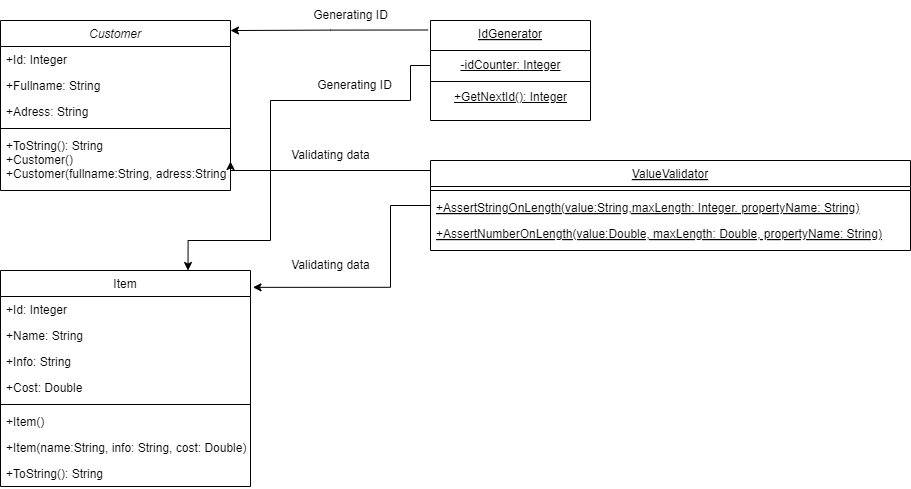
NorvegianForestCat/Programming keeps this draw.io diagram as doc/ObjectOrientedPractics/Diagrams/Practics1.png. Above is the earlier version. Source tidied: cells renumbered, new cells last; positions are measured from the earlier drawing's top-left corner, leaving out a move shared by most shapes.
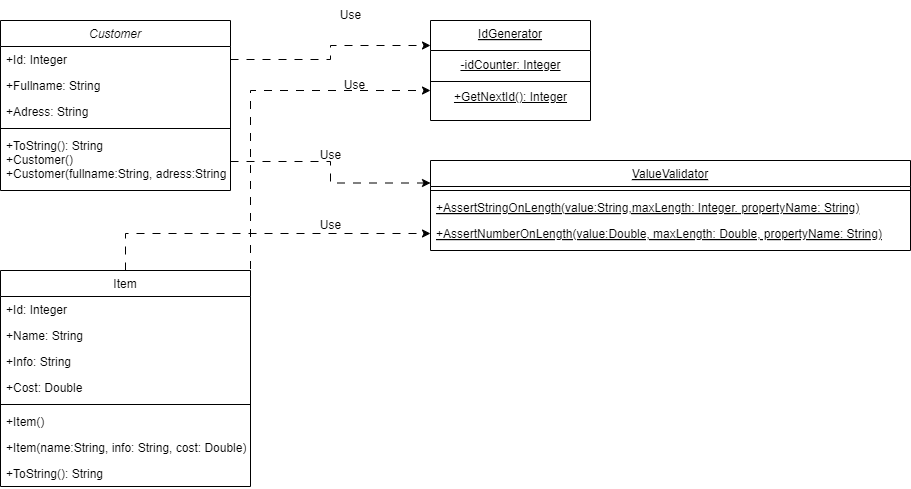
Later version of the same file.

What changed in the source:
```diff
@@ -1,4 +1,4 @@
-<mxGraphModel background="#ffffff">
+<mxGraphModel>
   <root>
     <mxCell id="0" />
     <mxCell id="1" parent="0" />
@@ -20,13 +20,6 @@
     <mxCell id="7" value="+ToString(): String&#10;+Customer()&#10;+Customer(fullname:String, adress:String" style="text;align=left;verticalAlign=top;spacingLeft=4;spacingRight=4;overflow=hidden;points=[[0,0.5],[1,0.5]];portConstraint=eastwest;" parent="2" vertex="1">
       <mxGeometry y="112" width="230" height="58" as="geometry" />
     </mxCell>
-    <mxCell id="8" style="edgeStyle=orthogonalEdgeStyle;rounded=0;jettySize=auto;html=1;entryX=1;entryY=0.5;entryDx=0;entryDy=0;" parent="1" edge="1" source="9" target="7">
-      <mxGeometry relative="1" as="geometry">
-        <Array as="points">
-          <mxPoint x="230" y="170" />
-        </Array>
-      </mxGeometry>
-    </mxCell>
     <mxCell id="9" value="ValueValidator" style="swimlane;fontStyle=4;align=center;verticalAlign=top;horizontal=1;startSize=26;rounded=0;shadow=0;strokeWidth=1;" parent="1" vertex="1">
       <mxGeometry x="430" y="160" width="480" height="90" as="geometry" />
     </mxCell>
@@ -39,9 +32,6 @@
     <mxCell id="12" value="+AssertNumberOnLength(value:Double, maxLength: Double, propertyName: String)" style="text;align=left;verticalAlign=top;spacingLeft=4;spacingRight=4;overflow=hidden;points=[[0,0.5],[1,0.5]];portConstraint=eastwest;fontStyle=4;" parent="9" vertex="1">
       <mxGeometry y="60" width="480" height="26" as="geometry" />
     </mxCell>
-    <mxCell id="13" style="edgeStyle=orthogonalEdgeStyle;rounded=0;jettySize=auto;html=1;entryX=1;entryY=0.059;entryDx=0;entryDy=0;entryPerimeter=0;exitX=-0.015;exitY=0.095;exitDx=0;exitDy=0;exitPerimeter=0;" parent="1" edge="1" source="14" target="2">
-      <mxGeometry relative="1" as="geometry" />
-    </mxCell>
     <mxCell id="14" value="IdGenerator" style="swimlane;fontStyle=4;align=center;verticalAlign=top;horizontal=1;startSize=30;rounded=0;shadow=0;strokeWidth=1;" parent="1" vertex="1">
       <mxGeometry x="430" y="20" width="160" height="100" as="geometry" />
     </mxCell>
@@ -54,6 +44,9 @@
     <mxCell id="17" value="&lt;u&gt;+GetNextId(): Integer&lt;/u&gt;" style="text;html=1;align=center;verticalAlign=middle;points=[];strokeColor=none;fillColor=none;" parent="14" vertex="1">
       <mxGeometry y="62" width="160" height="30" as="geometry" />
     </mxCell>
+    <mxCell id="33" style="edgeStyle=orthogonalEdgeStyle;rounded=0;jettySize=auto;html=1;entryX=0;entryY=0.5;entryDx=0;entryDy=0;dashed=1;dashPattern=8 8;" parent="1" edge="1" source="18" target="12">
+      <mxGeometry relative="1" as="geometry" />
+    </mxCell>
     <mxCell id="18" value="Item" style="swimlane;fontStyle=0;align=center;verticalAlign=top;horizontal=1;startSize=26;rounded=0;shadow=0;strokeWidth=1;" parent="1" vertex="1">
       <mxGeometry y="270" width="250" height="216" as="geometry" />
     </mxCell>
@@ -81,36 +74,31 @@
     <mxCell id="26" value="+ToString(): String" style="text;align=left;verticalAlign=top;spacingLeft=4;spacingRight=4;overflow=hidden;" parent="18" vertex="1">
       <mxGeometry y="190" width="250" height="26" as="geometry" />
     </mxCell>
-    <mxCell id="27" style="edgeStyle=orthogonalEdgeStyle;rounded=0;jettySize=auto;html=1;entryX=1.01;entryY=0.078;entryDx=0;entryDy=0;entryPerimeter=0;" parent="1" edge="1" source="9" target="18">
-      <mxGeometry relative="1" as="geometry">
-        <Array as="points">
-          <mxPoint x="390" y="205" />
-          <mxPoint x="390" y="287" />
-        </Array>
-      </mxGeometry>
-    </mxCell>
-    <mxCell id="28" value="Generating ID" style="text;html=1;align=center;verticalAlign=middle;strokeColor=none;fillColor=none;" parent="1" vertex="1">
-      <mxGeometry x="300" width="100" height="30" as="geometry" />
+    <mxCell id="28" value="Use" style="text;html=1;align=center;verticalAlign=middle;strokeColor=none;fillColor=none;" parent="1" vertex="1">
+      <mxGeometry x="330" width="40" height="30" as="geometry" />
     </mxCell>
-    <mxCell id="29" style="edgeStyle=orthogonalEdgeStyle;rounded=0;jettySize=auto;html=1;entryX=0.75;entryY=0;entryDx=0;entryDy=0;" parent="1" edge="1" source="15" target="18">
-      <mxGeometry relative="1" as="geometry">
-        <Array as="points">
-          <mxPoint x="410" y="65" />
-          <mxPoint x="410" y="100" />
-          <mxPoint x="270" y="100" />
-          <mxPoint x="270" y="240" />
-          <mxPoint x="188" y="240" />
-        </Array>
-      </mxGeometry>
-    </mxCell>
-    <mxCell id="30" value="Generating ID" style="text;html=1;align=center;verticalAlign=middle;strokeColor=none;fillColor=none;" parent="1" vertex="1">
-      <mxGeometry x="304" y="70" width="100" height="30" as="geometry" />
+    <mxCell id="30" value="Use" style="text;html=1;align=center;verticalAlign=middle;strokeColor=none;fillColor=none;" parent="1" vertex="1">
+      <mxGeometry x="334" y="70" width="40" height="30" as="geometry" />
     </mxCell>
-    <mxCell id="31" value="Validating data" style="text;html=1;align=center;verticalAlign=middle;strokeColor=none;fillColor=none;" parent="1" vertex="1">
-      <mxGeometry x="280" y="140" width="100" height="30" as="geometry" />
+    <mxCell id="31" value="Use" style="text;html=1;align=center;verticalAlign=middle;strokeColor=none;fillColor=none;" parent="1" vertex="1">
+      <mxGeometry x="310" y="140" width="40" height="30" as="geometry" />
     </mxCell>
-    <mxCell id="32" value="Validating data" style="text;html=1;align=center;verticalAlign=middle;strokeColor=none;fillColor=none;" parent="1" vertex="1">
-      <mxGeometry x="280" y="250" width="100" height="30" as="geometry" />
+    <mxCell id="32" value="Use" style="text;html=1;align=center;verticalAlign=middle;strokeColor=none;fillColor=none;" parent="1" vertex="1">
+      <mxGeometry x="310" y="210" width="40" height="30" as="geometry" />
     </mxCell>
+    <mxCell id="34" style="edgeStyle=orthogonalEdgeStyle;rounded=0;jettySize=auto;html=1;entryX=0;entryY=0.25;entryDx=0;entryDy=0;dashed=1;dashPattern=8 8;" parent="1" edge="1" source="3" target="14">
+      <mxGeometry relative="1" as="geometry" />
+    </mxCell>
+    <mxCell id="35" style="edgeStyle=orthogonalEdgeStyle;rounded=0;jettySize=auto;html=1;entryX=0;entryY=0.25;entryDx=0;entryDy=0;dashed=1;dashPattern=8 8;" parent="1" edge="1" source="7" target="9">
+      <mxGeometry relative="1" as="geometry" />
+    </mxCell>
+    <mxCell id="36" style="edgeStyle=orthogonalEdgeStyle;rounded=0;jettySize=auto;html=1;exitX=0.75;exitY=0;exitDx=0;exitDy=0;entryX=0;entryY=0.267;entryDx=0;entryDy=0;entryPerimeter=0;dashed=1;dashPattern=8 8;" parent="1" edge="1" source="18" target="17">
+      <mxGeometry relative="1" as="geometry">
+        <Array as="points">
+          <mxPoint x="250" y="270" />
+          <mxPoint x="250" y="90" />
+        </Array>
+      </mxGeometry>
+    </mxCell>
   </root>
 </mxGraphModel>
```
